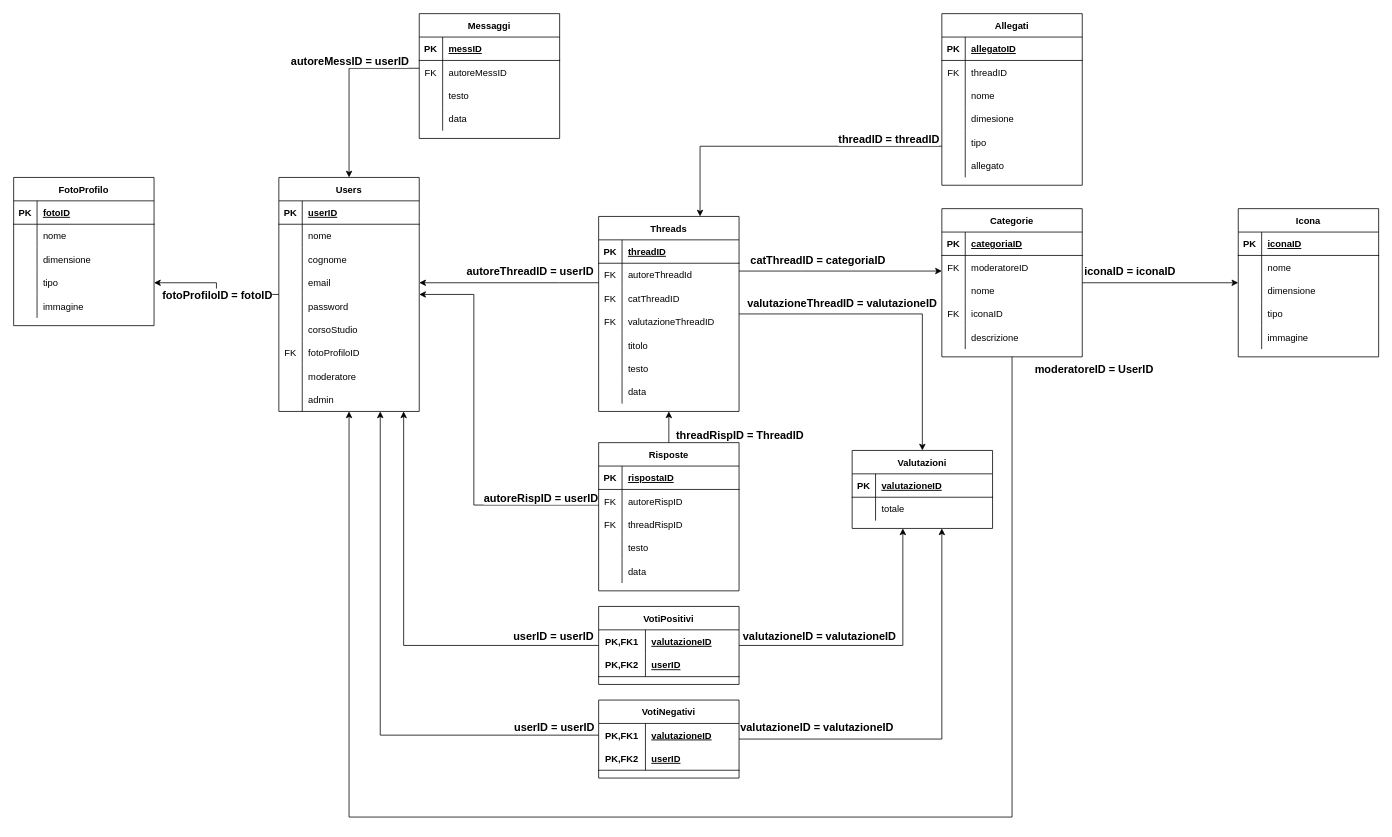
EdoPan/UniChat keeps this draw.io diagram as Diagrammi/Database.drawio. Above is the earlier version. Source tidied: cells renumbered, new cells numbered last; positions are measured from the earlier drawing's top-left corner, leaving out a move shared by most shapes. Both pictures are drawn from the tidied source at 78%, with x=0, y=0 at pixel (13, 13).
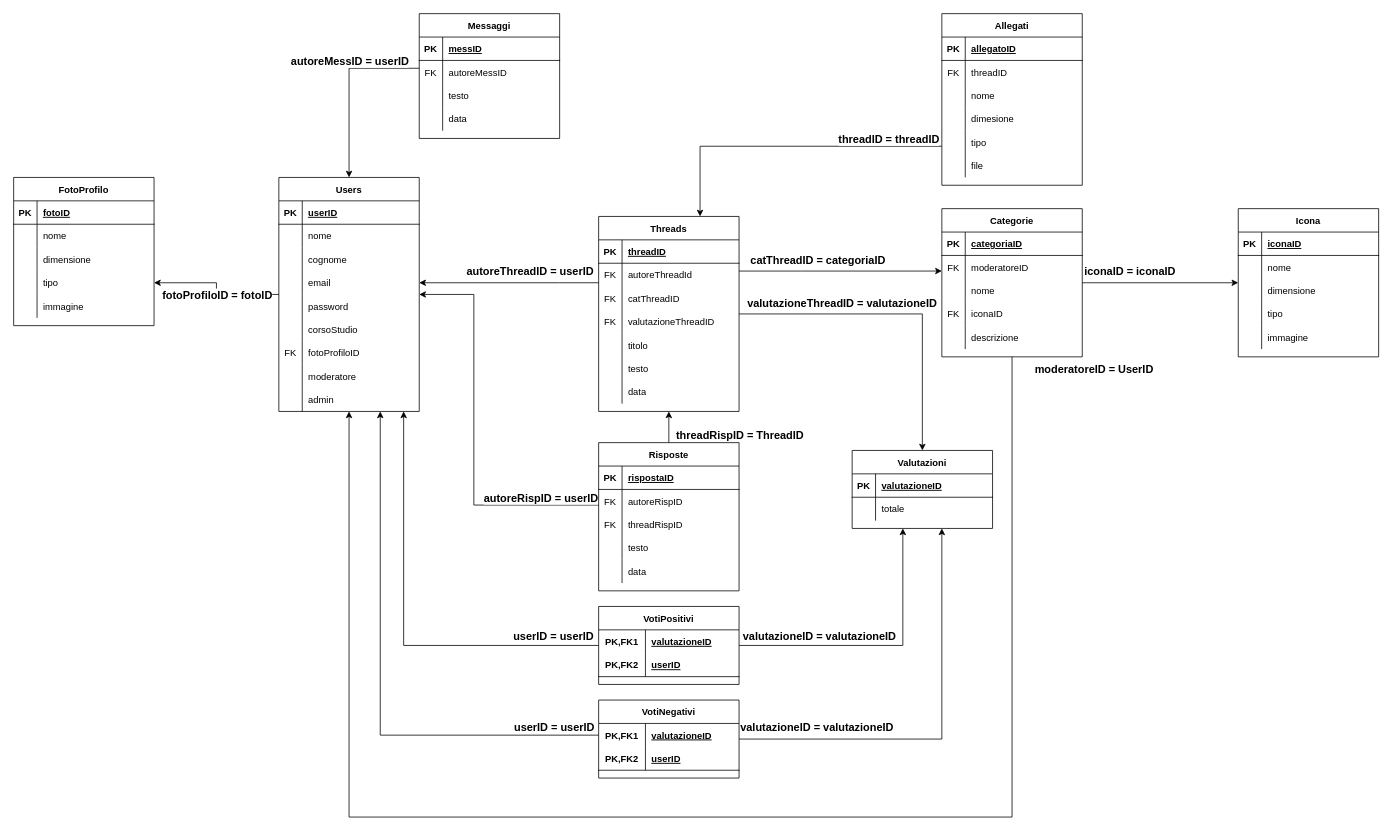
The same page after the edit.

Commit message (it also covers changes not shown here):
Aggiornamento diagrammi.

The change refers to these unchanged cells:
```xml
<mxCell id="160" style="shape=partialRectangle;fillColor=none;top=0;left=0;bottom=0;right=0;" parent="144" vertex="1">
  <mxGeometry y="180" width="180" height="30" as="geometry" />
</mxCell>
```

What changed in the source:
```diff
@@
-    <mxCell id="162" value="allegato" style="shape=partialRectangle;fillColor=none;top=0;left=0;bottom=0;right=0;align=left;spacingLeft=6;overflow=hidden;" parent="160" vertex="1">
+    <mxCell id="162" value="file" style="shape=partialRectangle;fillColor=none;top=0;left=0;bottom=0;right=0;align=left;spacingLeft=6;overflow=hidden;" parent="160" vertex="1">
       <mxGeometry x="30" width="150" height="30" as="geometry" />
     </mxCell>
```
